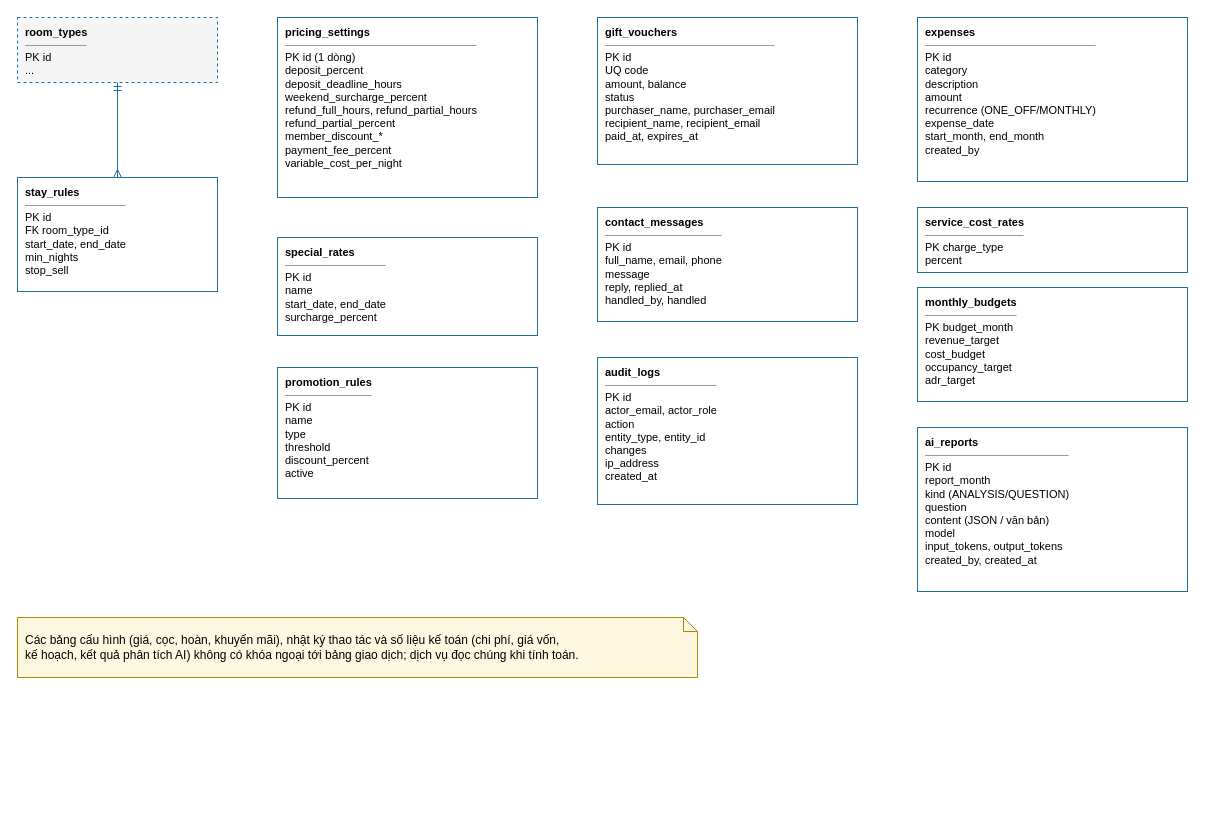
Above: docs/thiet-ke/erd-3-cau-hinh-ke-toan.drawio in ngynquchn2511/beach-hotel (draw.io), before the change. Source tidied: cells renumbered, new cells numbered last; positions are measured from the earlier drawing's top-left corner, leaving out a move shared by most shapes. Both pictures are drawn from the tidied source at 100%, with x=0, y=0 at pixel (17, 17).
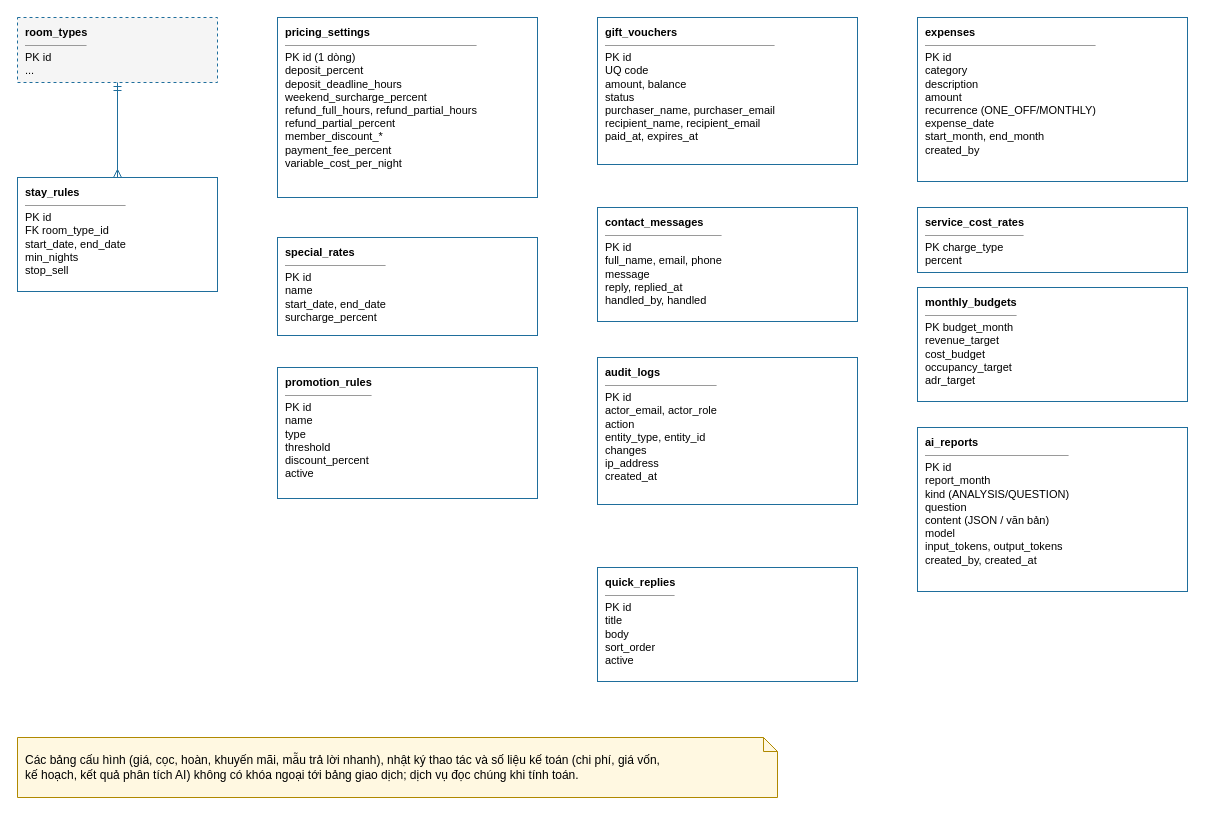
Above is the later version.

Commit message (it also covers changes not shown here):
Trang du bao doi tieu de (gom ca dich vu); bao cao do an cap nhat: du bao dich vu, anh tin nhan, mau tra loi nhanh, so lieu moi (43 bang, 1907 test), anh giao dien chup lai

The edit, as a diff of the source:
```diff
@@
 <mxGraphModel>
   <root>
     <mxCell id="0" />
     <mxCell id="1" parent="0" />
     <mxCell id="2" value="&lt;b&gt;room_types&lt;/b&gt;&lt;hr size=&quot;1&quot;&gt;PK id&lt;br&gt;..." style="rounded=0;whiteSpace=wrap;html=1;align=left;verticalAlign=top;spacingLeft=6;spacingTop=2;fillColor=#FFFFFF;strokeColor=#1F6E9C;fontSize=11;fillColor=#F5F5F5;dashed=1;" parent="1" vertex="1">
       <mxGeometry width="200" height="65" as="geometry" />
     </mxCell>
     <mxCell id="3" value="&lt;b&gt;stay_rules&lt;/b&gt;&lt;hr size=&quot;1&quot;&gt;PK id&lt;br&gt;FK room_type_id&lt;br&gt;start_date, end_date&lt;br&gt;min_nights&lt;br&gt;stop_sell" style="rounded=0;whiteSpace=wrap;html=1;align=left;verticalAlign=top;spacingLeft=6;spacingTop=2;fillColor=#FFFFFF;strokeColor=#1F6E9C;fontSize=11;" parent="1" vertex="1">
       <mxGeometry y="160" width="200" height="114" as="geometry" />
     </mxCell>
     <mxCell id="4" style="edgeStyle=entityRelationEdgeStyle;fontSize=12;html=1;endArrow=ERmany;startArrow=ERmandOne;endFill=0;startFill=0;strokeColor=#1F6E9C;edgeStyle=orthogonalEdgeStyle;rounded=0;exitX=0.5;exitY=1;exitDx=0;exitDy=0;entryX=0.5;entryY=0;entryDx=0;entryDy=0;" parent="1" edge="1" source="2" target="3">
       <mxGeometry relative="1" as="geometry" />
     </mxCell>
     <mxCell id="5" value="&lt;b&gt;pricing_settings&lt;/b&gt;&lt;hr size=&quot;1&quot;&gt;PK id (1 dòng)&lt;br&gt;deposit_percent&lt;br&gt;deposit_deadline_hours&lt;br&gt;weekend_surcharge_percent&lt;br&gt;refund_full_hours, refund_partial_hours&lt;br&gt;refund_partial_percent&lt;br&gt;member_discount_*&lt;br&gt;payment_fee_percent&lt;br&gt;variable_cost_per_night" style="rounded=0;whiteSpace=wrap;html=1;align=left;verticalAlign=top;spacingLeft=6;spacingTop=2;fillColor=#FFFFFF;strokeColor=#1F6E9C;fontSize=11;" parent="1" vertex="1">
       <mxGeometry x="260" width="260" height="180" as="geometry" />
     </mxCell>
     <mxCell id="6" value="&lt;b&gt;special_rates&lt;/b&gt;&lt;hr size=&quot;1&quot;&gt;PK id&lt;br&gt;name&lt;br&gt;start_date, end_date&lt;br&gt;surcharge_percent" style="rounded=0;whiteSpace=wrap;html=1;align=left;verticalAlign=top;spacingLeft=6;spacingTop=2;fillColor=#FFFFFF;strokeColor=#1F6E9C;fontSize=11;" parent="1" vertex="1">
       <mxGeometry x="260" y="220" width="260" height="98" as="geometry" />
     </mxCell>
     <mxCell id="7" value="&lt;b&gt;promotion_rules&lt;/b&gt;&lt;hr size=&quot;1&quot;&gt;PK id&lt;br&gt;name&lt;br&gt;type&lt;br&gt;threshold&lt;br&gt;discount_percent&lt;br&gt;active" style="rounded=0;whiteSpace=wrap;html=1;align=left;verticalAlign=top;spacingLeft=6;spacingTop=2;fillColor=#FFFFFF;strokeColor=#1F6E9C;fontSize=11;" parent="1" vertex="1">
       <mxGeometry x="260" y="350" width="260" height="131" as="geometry" />
     </mxCell>
     <mxCell id="8" value="&lt;b&gt;gift_vouchers&lt;/b&gt;&lt;hr size=&quot;1&quot;&gt;PK id&lt;br&gt;UQ code&lt;br&gt;amount, balance&lt;br&gt;status&lt;br&gt;purchaser_name, purchaser_email&lt;br&gt;recipient_name, recipient_email&lt;br&gt;paid_at, expires_at" style="rounded=0;whiteSpace=wrap;html=1;align=left;verticalAlign=top;spacingLeft=6;spacingTop=2;fillColor=#FFFFFF;strokeColor=#1F6E9C;fontSize=11;" parent="1" vertex="1">
       <mxGeometry x="580" width="260" height="147" as="geometry" />
     </mxCell>
     <mxCell id="9" value="&lt;b&gt;contact_messages&lt;/b&gt;&lt;hr size=&quot;1&quot;&gt;PK id&lt;br&gt;full_name, email, phone&lt;br&gt;message&lt;br&gt;reply, replied_at&lt;br&gt;handled_by, handled" style="rounded=0;whiteSpace=wrap;html=1;align=left;verticalAlign=top;spacingLeft=6;spacingTop=2;fillColor=#FFFFFF;strokeColor=#1F6E9C;fontSize=11;" parent="1" vertex="1">
       <mxGeometry x="580" y="190" width="260" height="114" as="geometry" />
     </mxCell>
     <mxCell id="10" value="&lt;b&gt;audit_logs&lt;/b&gt;&lt;hr size=&quot;1&quot;&gt;PK id&lt;br&gt;actor_email, actor_role&lt;br&gt;action&lt;br&gt;entity_type, entity_id&lt;br&gt;changes&lt;br&gt;ip_address&lt;br&gt;created_at" style="rounded=0;whiteSpace=wrap;html=1;align=left;verticalAlign=top;spacingLeft=6;spacingTop=2;fillColor=#FFFFFF;strokeColor=#1F6E9C;fontSize=11;" parent="1" vertex="1">
       <mxGeometry x="580" y="340" width="260" height="147" as="geometry" />
     </mxCell>
     <mxCell id="11" value="&lt;b&gt;expenses&lt;/b&gt;&lt;hr size=&quot;1&quot;&gt;PK id&lt;br&gt;category&lt;br&gt;description&lt;br&gt;amount&lt;br&gt;recurrence (ONE_OFF/MONTHLY)&lt;br&gt;expense_date&lt;br&gt;start_month, end_month&lt;br&gt;created_by" style="rounded=0;whiteSpace=wrap;html=1;align=left;verticalAlign=top;spacingLeft=6;spacingTop=2;fillColor=#FFFFFF;strokeColor=#1F6E9C;fontSize=11;" parent="1" vertex="1">
       <mxGeometry x="900" width="270" height="164" as="geometry" />
     </mxCell>
     <mxCell id="12" value="&lt;b&gt;service_cost_rates&lt;/b&gt;&lt;hr size=&quot;1&quot;&gt;PK charge_type&lt;br&gt;percent" style="rounded=0;whiteSpace=wrap;html=1;align=left;verticalAlign=top;spacingLeft=6;spacingTop=2;fillColor=#FFFFFF;strokeColor=#1F6E9C;fontSize=11;" parent="1" vertex="1">
       <mxGeometry x="900" y="190" width="270" height="65" as="geometry" />
     </mxCell>
     <mxCell id="13" value="&lt;b&gt;monthly_budgets&lt;/b&gt;&lt;hr size=&quot;1&quot;&gt;PK budget_month&lt;br&gt;revenue_target&lt;br&gt;cost_budget&lt;br&gt;occupancy_target&lt;br&gt;adr_target" style="rounded=0;whiteSpace=wrap;html=1;align=left;verticalAlign=top;spacingLeft=6;spacingTop=2;fillColor=#FFFFFF;strokeColor=#1F6E9C;fontSize=11;" parent="1" vertex="1">
       <mxGeometry x="900" y="270" width="270" height="114" as="geometry" />
     </mxCell>
     <mxCell id="14" value="&lt;b&gt;ai_reports&lt;/b&gt;&lt;hr size=&quot;1&quot;&gt;PK id&lt;br&gt;report_month&lt;br&gt;kind (ANALYSIS/QUESTION)&lt;br&gt;question&lt;br&gt;content (JSON / văn bản)&lt;br&gt;model&lt;br&gt;input_tokens, output_tokens&lt;br&gt;created_by, created_at" style="rounded=0;whiteSpace=wrap;html=1;align=left;verticalAlign=top;spacingLeft=6;spacingTop=2;fillColor=#FFFFFF;strokeColor=#1F6E9C;fontSize=11;" parent="1" vertex="1">
       <mxGeometry x="900" y="410" width="270" height="164" as="geometry" />
     </mxCell>
-    <mxCell id="15" value="Các bảng cấu hình (giá, cọc, hoàn, khuyến mãi), nhật ký thao tác và số liệu kế toán (chi phí, giá vốn,&lt;br&gt;kế hoạch, kết quả phân tích AI) không có khóa ngoại tới bảng giao dịch; dịch vụ đọc chúng khi tính toán." style="shape=note;whiteSpace=wrap;html=1;size=14;fillColor=#FFF8E1;strokeColor=#B08900;fontSize=12;align=left;spacingLeft=6;" parent="1" vertex="1">
-      <mxGeometry y="600" width="680" height="60" as="geometry" />
+    <mxCell id="15" value="&lt;b&gt;quick_replies&lt;/b&gt;&lt;hr size=&quot;1&quot;&gt;PK id&lt;br&gt;title&lt;br&gt;body&lt;br&gt;sort_order&lt;br&gt;active" style="rounded=0;whiteSpace=wrap;html=1;align=left;verticalAlign=top;spacingLeft=6;spacingTop=2;fillColor=#FFFFFF;strokeColor=#1F6E9C;fontSize=11;" parent="1" vertex="1">
+      <mxGeometry x="580" y="550" width="260" height="114" as="geometry" />
     </mxCell>
+    <mxCell id="16" value="Các bảng cấu hình (giá, cọc, hoàn, khuyến mãi, mẫu trả lời nhanh), nhật ký thao tác và số liệu kế toán (chi phí, giá vốn,&lt;br&gt;kế hoạch, kết quả phân tích AI) không có khóa ngoại tới bảng giao dịch; dịch vụ đọc chúng khi tính toán." style="shape=note;whiteSpace=wrap;html=1;size=14;fillColor=#FFF8E1;strokeColor=#B08900;fontSize=12;align=left;spacingLeft=6;" parent="1" vertex="1">
+      <mxGeometry y="720" width="760" height="60" as="geometry" />
+    </mxCell>
   </root>
 </mxGraphModel>
```
